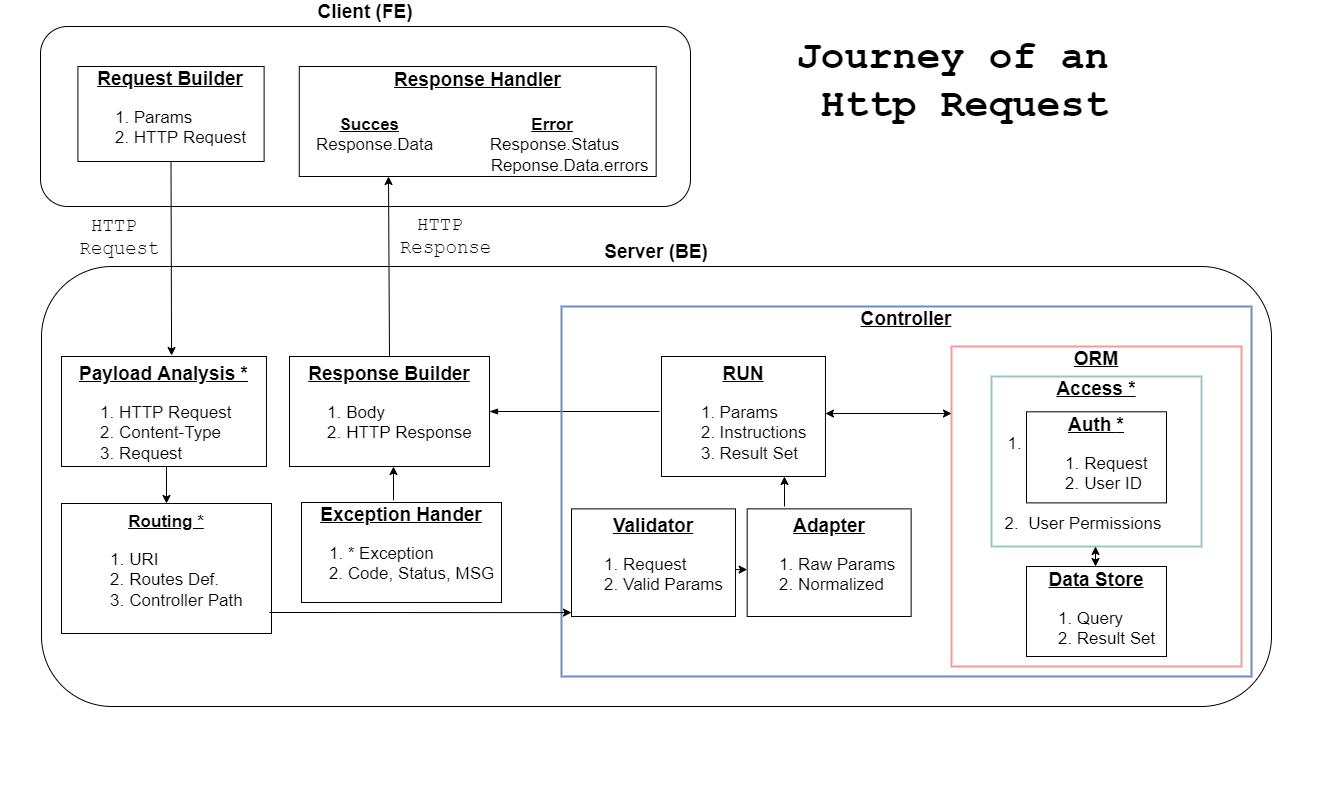
Above: docs/assets/img/http-request.drawio.png in equalframework/equal-doc (draw.io), before the change. Source tidied: cells renumbered, new cells last; positions are measured from the earlier drawing's top-left corner, leaving out a move shared by most shapes.
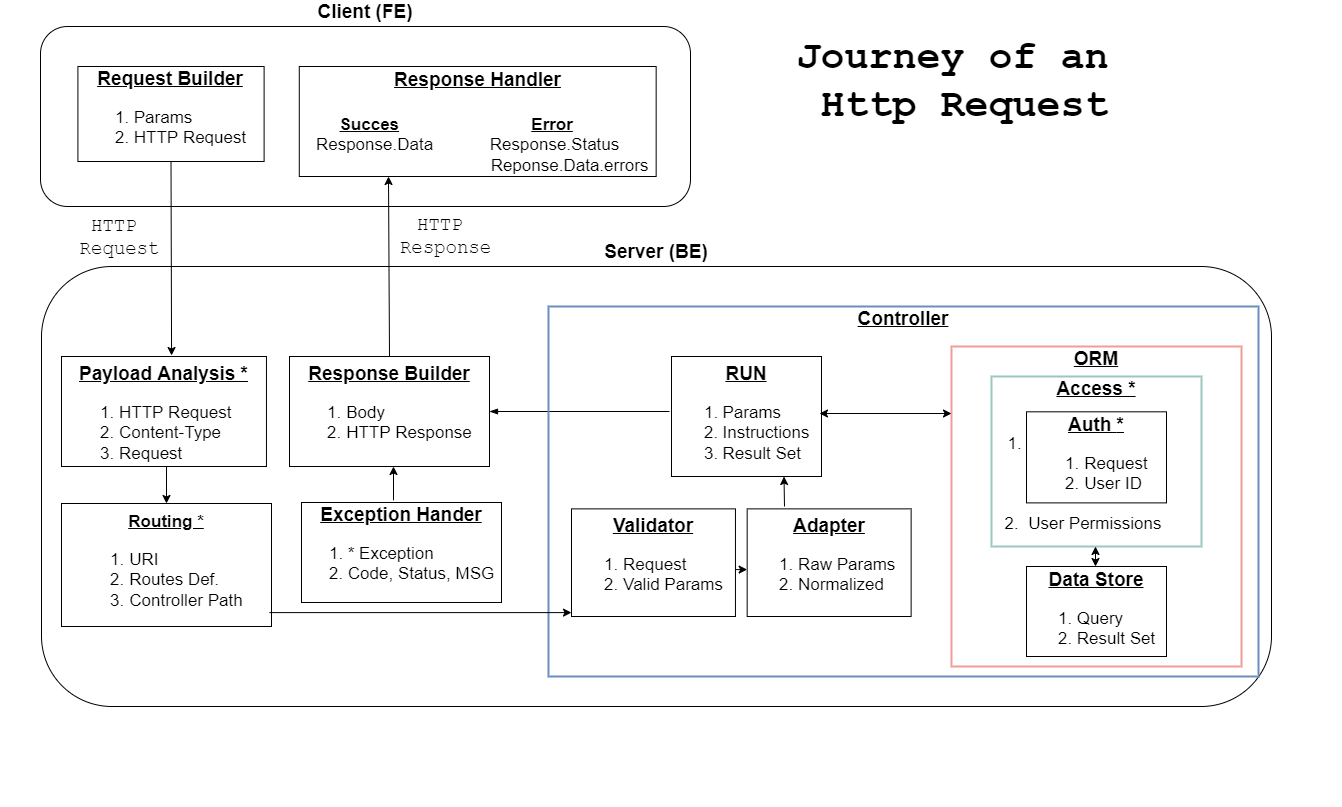
Above is the later version.

Change to the diagram source:
```diff
@@ -31,20 +31,20 @@
     </mxCell>
     <mxCell id="11" style="edgeStyle=none;rounded=0;jettySize=auto;html=1;fontFamily=Courier New;fontSize=19;fontColor=none;startArrow=blockThin;startFill=1;endArrow=none;endFill=0;strokeColor=default;exitX=1;exitY=0.5;exitDx=0;exitDy=0;" parent="7" edge="1" source="10">
       <mxGeometry relative="1" as="geometry">
-        <mxPoint x="658" y="175" as="targetPoint" />
+        <mxPoint x="668" y="175" as="targetPoint" />
       </mxGeometry>
     </mxCell>
     <mxCell id="12" value="&lt;span style=&quot;text-align: left&quot;&gt;&lt;b&gt;&lt;u&gt;&lt;font&gt;&lt;font style=&quot;font-size: 19px&quot;&gt;Exception Hander&lt;/font&gt;&lt;br&gt;&lt;/font&gt;&lt;/u&gt;&lt;/b&gt;&lt;/span&gt;&lt;ol style=&quot;font-size: 17px&quot;&gt;&lt;li style=&quot;text-align: left&quot;&gt;* Exception&lt;/li&gt;&lt;li style=&quot;text-align: left&quot;&gt;Code, Status, MSG&lt;/li&gt;&lt;/ol&gt;" style="rounded=0;whiteSpace=wrap;html=1;align=center;" parent="7" vertex="1">
       <mxGeometry x="300" y="266" width="200" height="100" as="geometry" />
     </mxCell>
     <mxCell id="13" value="&lt;span style=&quot;text-align: left ; font-size: 19px&quot;&gt;&lt;span style=&quot;font-size: 17px&quot;&gt;&lt;u style=&quot;font-weight: bold&quot;&gt;Routing *&lt;/u&gt;&lt;br&gt;&lt;ol&gt;&lt;li&gt;&lt;span style=&quot;text-align: left&quot;&gt;URI&lt;/span&gt;&lt;/li&gt;&lt;li&gt;&lt;span style=&quot;text-align: left&quot;&gt;Routes Def.&lt;/span&gt;&lt;/li&gt;&lt;li&gt;&lt;span style=&quot;text-align: left&quot;&gt;&lt;span&gt;Controller Path&lt;/span&gt;&lt;/span&gt;&lt;/li&gt;&lt;/ol&gt;&lt;/span&gt;&lt;/span&gt;" style="rounded=0;whiteSpace=wrap;html=1;align=center;verticalAlign=top;" parent="7" vertex="1">
-      <mxGeometry x="60" y="267" width="210" height="130" as="geometry" />
+      <mxGeometry x="60" y="267" width="210" height="123" as="geometry" />
     </mxCell>
     <mxCell id="14" value="&lt;span style=&quot;text-align: left ; font-size: 15px&quot;&gt;&lt;span style=&quot;font-size: 15px&quot;&gt;&lt;b style=&quot;font-size: 19px&quot;&gt;&lt;u&gt;Controller&lt;br&gt;&lt;/u&gt;&lt;/b&gt;&lt;/span&gt;&lt;/span&gt;&lt;span style=&quot;text-align: left ; font-size: 15px&quot;&gt;&lt;span style=&quot;font-size: 15px&quot;&gt;&lt;b style=&quot;font-size: 15px&quot;&gt;&lt;u style=&quot;font-size: 15px&quot;&gt;&lt;br style=&quot;font-size: 15px&quot;&gt;&lt;/u&gt;&lt;/b&gt;&lt;/span&gt;&lt;/span&gt;" style="rounded=0;whiteSpace=wrap;html=1;align=center;labelPosition=center;verticalLabelPosition=top;verticalAlign=bottom;fontSize=15;spacing=-43;spacingLeft=0;spacingTop=0;fillColor=none;strokeColor=#6C8EBF;strokeWidth=2;" parent="7" vertex="1">
-      <mxGeometry x="560" y="70" width="690" height="370" as="geometry" />
+      <mxGeometry x="547" y="70" width="710" height="370" as="geometry" />
     </mxCell>
     <mxCell id="15" value="&lt;font&gt;&lt;span style=&quot;text-align: left&quot;&gt;&lt;b&gt;&lt;u&gt;&lt;font style=&quot;font-size: 19px&quot;&gt;RUN&lt;/font&gt;&lt;/u&gt;&lt;/b&gt;&lt;/span&gt;&lt;br&gt;&lt;/font&gt;&lt;ol style=&quot;font-size: 17px&quot;&gt;&lt;li style=&quot;text-align: left&quot;&gt;&lt;font style=&quot;font-size: 17px&quot;&gt;Params&lt;/font&gt;&lt;/li&gt;&lt;li style=&quot;text-align: left&quot;&gt;&lt;font style=&quot;font-size: 17px&quot;&gt;Instructions&lt;/font&gt;&lt;/li&gt;&lt;li style=&quot;text-align: left&quot;&gt;&lt;font style=&quot;font-size: 17px&quot;&gt;Result Set&lt;/font&gt;&lt;/li&gt;&lt;/ol&gt;" style="rounded=0;whiteSpace=wrap;html=1;align=center;verticalAlign=top;" parent="7" vertex="1">
-      <mxGeometry x="660" y="120" width="164" height="120" as="geometry" />
+      <mxGeometry x="670" y="120" width="150" height="120" as="geometry" />
     </mxCell>
     <mxCell id="16" value="&lt;font style=&quot;font-size: 19px&quot;&gt;&lt;span style=&quot;text-align: left&quot;&gt;&lt;b&gt;&lt;u&gt;&lt;font style=&quot;font-size: 19px&quot;&gt;Validator&lt;/font&gt;&lt;/u&gt;&lt;/b&gt;&lt;/span&gt;&lt;br&gt;&lt;/font&gt;&lt;ol style=&quot;font-size: 17px&quot;&gt;&lt;li style=&quot;text-align: left&quot;&gt;Request&lt;/li&gt;&lt;li style=&quot;text-align: left&quot;&gt;Valid Params&lt;/li&gt;&lt;/ol&gt;" style="rounded=0;whiteSpace=wrap;html=1;align=center;verticalAlign=top;" parent="7" vertex="1">
       <mxGeometry x="570" y="272.4" width="164" height="107.6" as="geometry" />
@@ -58,9 +58,8 @@
     <mxCell id="19" value="&lt;div style=&quot;font-size: 19px&quot;&gt;&lt;b&gt;&lt;u&gt;&lt;font style=&quot;font-size: 19px&quot;&gt;Data Store&lt;/font&gt;&lt;/u&gt;&lt;/b&gt;&lt;/div&gt;&lt;ol style=&quot;font-size: 17px&quot;&gt;&lt;li style=&quot;text-align: left&quot;&gt;&lt;span&gt;Query&lt;/span&gt;&lt;/li&gt;&lt;li style=&quot;text-align: left&quot;&gt;Result Set&lt;/li&gt;&lt;/ol&gt;" style="rounded=0;whiteSpace=wrap;html=1;align=center;verticalAlign=top;spacing=-2;" parent="7" vertex="1">
       <mxGeometry x="1025" y="330" width="140" height="90" as="geometry" />
     </mxCell>
-    <mxCell id="20" style="endArrow=classic;html=1;rounded=0;fontSize=15;fontColor=none;strokeColor=default;entryX=0;entryY=0.936;entryDx=0;entryDy=0;entryPerimeter=0;" parent="7" edge="1">
+    <mxCell id="20" style="endArrow=classic;html=1;rounded=0;fontSize=15;fontColor=none;strokeColor=default;entryX=0;entryY=0.936;entryDx=0;entryDy=0;entryPerimeter=0;exitX=0.99;exitY=0.887;exitDx=0;exitDy=0;exitPerimeter=0;" parent="7" edge="1" source="13">
       <mxGeometry relative="1" as="geometry">
-        <mxPoint x="268" y="376" as="sourcePoint" />
         <mxPoint x="570" y="376.1" as="targetPoint" />
       </mxGeometry>
     </mxCell>
@@ -75,9 +74,9 @@
         <mxPoint x="783" y="270" as="sourcePoint" />
       </mxGeometry>
     </mxCell>
-    <mxCell id="23" style="endArrow=classic;startArrow=classic;html=1;rounded=0;fontSize=15;fontColor=none;strokeColor=default;exitX=1;exitY=0.5;exitDx=0;exitDy=0;" parent="7" edge="1">
+    <mxCell id="23" style="endArrow=classic;startArrow=classic;html=1;rounded=0;fontSize=15;fontColor=none;strokeColor=default;" parent="7" edge="1">
       <mxGeometry relative="1" as="geometry">
-        <mxPoint x="824" y="177" as="sourcePoint" />
+        <mxPoint x="818" y="177" as="sourcePoint" />
         <mxPoint x="950" y="177" as="targetPoint" />
       </mxGeometry>
     </mxCell>
```
